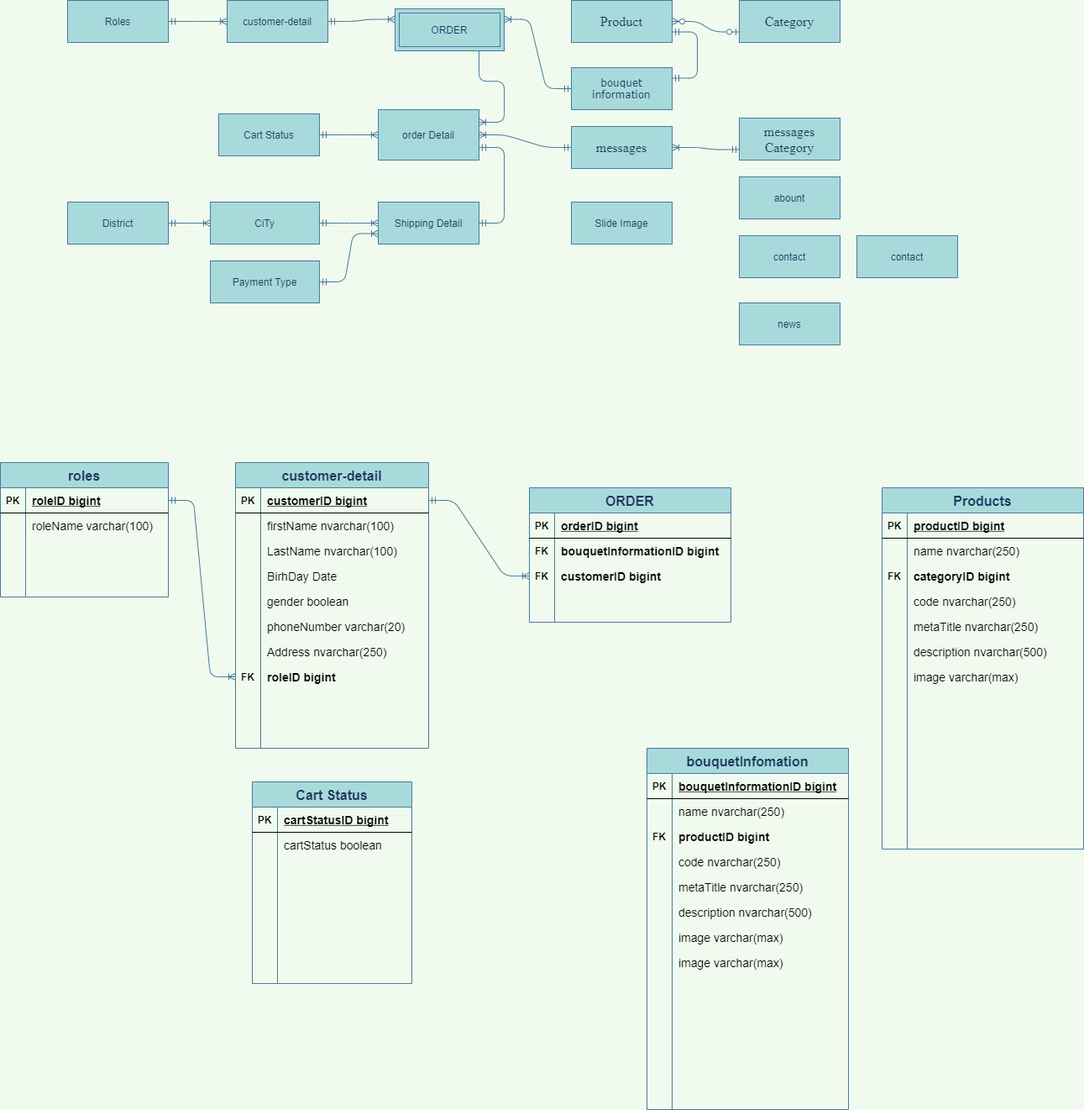
The draw.io diagram Untitled Diagram.png in maialino123/Eproject-SEM3, before a commit. Source tidied: cells renumbered, new cells last; positions are measured from the earlier drawing's top-left corner, leaving out a move shared by most shapes.
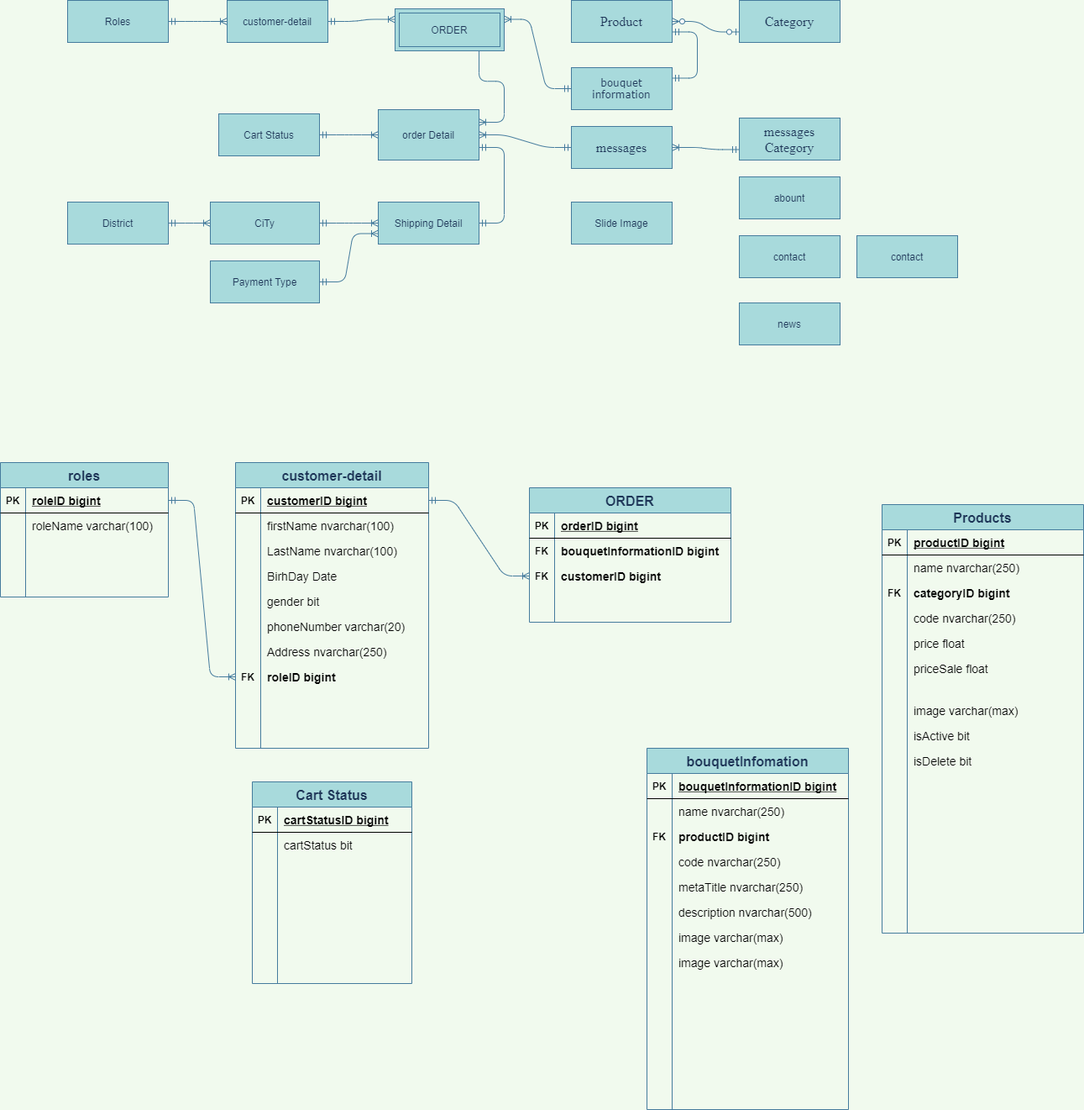
The same diagram one commit later.

The edit, as a diff of the source:
```diff
@@ -182,7 +182,7 @@
     <mxCell id="61" style="shape=partialRectangle;fillColor=none;top=0;left=0;bottom=0;right=0;overflow=hidden;" parent="60" vertex="1">
       <mxGeometry width="30" height="30" as="geometry" />
     </mxCell>
-    <mxCell id="62" value="gender boolean" style="shape=partialRectangle;fillColor=none;top=0;left=0;bottom=0;right=0;align=left;spacingLeft=6;overflow=hidden;fontSize=14;" parent="60" vertex="1">
+    <mxCell id="62" value="gender bit" style="shape=partialRectangle;fillColor=none;top=0;left=0;bottom=0;right=0;align=left;spacingLeft=6;overflow=hidden;fontSize=14;" parent="60" vertex="1">
       <mxGeometry x="30" width="200" height="30" as="geometry" />
     </mxCell>
     <mxCell id="63" style="shape=partialRectangle;fillColor=none;top=0;left=0;bottom=0;right=0;" parent="47" vertex="1">
@@ -230,7 +230,7 @@
     <mxCell id="77" style="shape=partialRectangle;fillColor=none;top=0;left=0;bottom=0;right=0;overflow=hidden;" parent="76" vertex="1">
       <mxGeometry width="30" height="30" as="geometry" />
     </mxCell>
-    <mxCell id="78" value="cartStatus boolean" style="shape=partialRectangle;fillColor=none;top=0;left=0;bottom=0;right=0;align=left;spacingLeft=6;overflow=hidden;fontSize=14;" parent="76" vertex="1">
+    <mxCell id="78" value="cartStatus bit" style="shape=partialRectangle;fillColor=none;top=0;left=0;bottom=0;right=0;align=left;spacingLeft=6;overflow=hidden;fontSize=14;" parent="76" vertex="1">
       <mxGeometry x="30" width="160" height="30" as="geometry" />
     </mxCell>
     <mxCell id="79" style="shape=partialRectangle;fillColor=none;top=0;left=0;bottom=0;right=0;" parent="72" vertex="1">
@@ -324,7 +324,7 @@
       <mxGeometry relative="1" as="geometry" />
     </mxCell>
     <mxCell id="109" value="Products" style="shape=table;startSize=30;rowLines=0;fontStyle=1;align=center;rounded=0;sketch=0;fontSize=16;fontColor=#1D3557;strokeColor=#457B9D;fillColor=#A8DADC;" parent="1" vertex="1">
-      <mxGeometry x="1050" y="580" width="240" height="430" as="geometry" />
+      <mxGeometry x="1050" y="600" width="240" height="510" as="geometry" />
     </mxCell>
     <mxCell id="110" style="shape=partialRectangle;fillColor=none;top=0;left=0;bottom=1;right=0;" parent="109" vertex="1">
       <mxGeometry y="30" width="240" height="30" as="geometry" />
@@ -368,29 +368,56 @@
     <mxCell id="123" style="shape=partialRectangle;fillColor=none;top=0;left=0;bottom=0;right=0;overflow=hidden;" parent="122" vertex="1">
       <mxGeometry width="30" height="30" as="geometry" />
     </mxCell>
-    <mxCell id="124" value="metaTitle nvarchar(250)" style="shape=partialRectangle;fillColor=none;top=0;left=0;bottom=0;right=0;align=left;spacingLeft=6;overflow=hidden;fontSize=14;" parent="122" vertex="1">
+    <mxCell id="124" value="price float" style="shape=partialRectangle;fillColor=none;top=0;left=0;bottom=0;right=0;align=left;spacingLeft=6;overflow=hidden;fontSize=14;" parent="122" vertex="1">
       <mxGeometry x="30" width="210" height="30" as="geometry" />
     </mxCell>
+    <mxCell id="128" style="shape=partialRectangle;fillColor=none;top=0;left=0;bottom=0;right=0;" parent="109" vertex="1">
+      <mxGeometry y="180" width="240" height="30" as="geometry" />
+    </mxCell>
+    <mxCell id="129" style="shape=partialRectangle;fillColor=none;top=0;left=0;bottom=0;right=0;overflow=hidden;" parent="128" vertex="1">
+      <mxGeometry width="30" height="30" as="geometry" />
+    </mxCell>
+    <mxCell id="130" value="priceSale float" style="shape=partialRectangle;fillColor=none;top=0;left=0;bottom=0;right=0;align=left;spacingLeft=6;overflow=hidden;fontSize=14;" parent="128" vertex="1">
+      <mxGeometry x="30" width="210" height="30" as="geometry" />
+    </mxCell>
     <mxCell id="125" style="shape=partialRectangle;fillColor=none;top=0;left=0;bottom=0;right=0;" parent="109" vertex="1">
-      <mxGeometry y="180" width="240" height="30" as="geometry" />
+      <mxGeometry y="210" width="240" height="20" as="geometry" />
     </mxCell>
     <mxCell id="126" style="shape=partialRectangle;fillColor=none;top=0;left=0;bottom=0;right=0;overflow=hidden;" parent="125" vertex="1">
-      <mxGeometry width="30" height="30" as="geometry" />
+      <mxGeometry width="30" height="20" as="geometry" />
     </mxCell>
-    <mxCell id="127" value="description nvarchar(500)" style="shape=partialRectangle;fillColor=none;top=0;left=0;bottom=0;right=0;align=left;spacingLeft=6;overflow=hidden;fontSize=14;" parent="125" vertex="1">
-      <mxGeometry x="30" width="210" height="30" as="geometry" />
+    <mxCell id="127" style="shape=partialRectangle;fillColor=none;top=0;left=0;bottom=0;right=0;align=left;spacingLeft=6;overflow=hidden;fontSize=14;" parent="125" vertex="1">
+      <mxGeometry x="30" width="210" height="20" as="geometry" />
     </mxCell>
-    <mxCell id="128" style="shape=partialRectangle;fillColor=none;top=0;left=0;bottom=0;right=0;" parent="109" vertex="1">
-      <mxGeometry y="210" width="240" height="30" as="geometry" />
-    </mxCell>
-    <mxCell id="129" style="shape=partialRectangle;fillColor=none;top=0;left=0;bottom=0;right=0;overflow=hidden;" parent="128" vertex="1">
-      <mxGeometry width="30" height="30" as="geometry" />
-    </mxCell>
-    <mxCell id="130" value="image varchar(max)" style="shape=partialRectangle;fillColor=none;top=0;left=0;bottom=0;right=0;align=left;spacingLeft=6;overflow=hidden;fontSize=14;" parent="128" vertex="1">
-      <mxGeometry x="30" width="210" height="30" as="geometry" />
-    </mxCell>
+    <mxCell id="159" style="shape=partialRectangle;fillColor=none;top=0;left=0;bottom=0;right=0;" parent="109" vertex="1">
+      <mxGeometry y="230" width="240" height="30" as="geometry" />
+    </mxCell>
+    <mxCell id="160" style="shape=partialRectangle;fillColor=none;top=0;left=0;bottom=0;right=0;overflow=hidden;" parent="159" vertex="1">
+      <mxGeometry width="30" height="30" as="geometry" />
+    </mxCell>
+    <mxCell id="161" value="image varchar(max)" style="shape=partialRectangle;fillColor=none;top=0;left=0;bottom=0;right=0;align=left;spacingLeft=6;overflow=hidden;fontSize=14;" parent="159" vertex="1">
+      <mxGeometry x="30" width="210" height="30" as="geometry" />
+    </mxCell>
+    <mxCell id="162" style="shape=partialRectangle;fillColor=none;top=0;left=0;bottom=0;right=0;" parent="109" vertex="1">
+      <mxGeometry y="260" width="240" height="30" as="geometry" />
+    </mxCell>
+    <mxCell id="163" style="shape=partialRectangle;fillColor=none;top=0;left=0;bottom=0;right=0;overflow=hidden;" parent="162" vertex="1">
+      <mxGeometry width="30" height="30" as="geometry" />
+    </mxCell>
+    <mxCell id="164" value="isActive bit" style="shape=partialRectangle;fillColor=none;top=0;left=0;bottom=0;right=0;align=left;spacingLeft=6;overflow=hidden;fontSize=14;" parent="162" vertex="1">
+      <mxGeometry x="30" width="210" height="30" as="geometry" />
+    </mxCell>
+    <mxCell id="165" style="shape=partialRectangle;fillColor=none;top=0;left=0;bottom=0;right=0;" parent="109" vertex="1">
+      <mxGeometry y="290" width="240" height="30" as="geometry" />
+    </mxCell>
+    <mxCell id="166" style="shape=partialRectangle;fillColor=none;top=0;left=0;bottom=0;right=0;overflow=hidden;" parent="165" vertex="1">
+      <mxGeometry width="30" height="30" as="geometry" />
+    </mxCell>
+    <mxCell id="167" value="isDelete bit" style="shape=partialRectangle;fillColor=none;top=0;left=0;bottom=0;right=0;align=left;spacingLeft=6;overflow=hidden;fontSize=14;" parent="165" vertex="1">
+      <mxGeometry x="30" width="210" height="30" as="geometry" />
+    </mxCell>
     <mxCell id="131" style="shape=partialRectangle;fillColor=none;top=0;left=0;bottom=0;right=0;" parent="109" vertex="1">
-      <mxGeometry y="240" width="240" height="30" as="geometry" />
+      <mxGeometry y="320" width="240" height="30" as="geometry" />
     </mxCell>
     <mxCell id="132" style="shape=partialRectangle;fillColor=none;top=0;left=0;bottom=0;right=0;overflow=hidden;" parent="131" vertex="1">
       <mxGeometry width="30" height="30" as="geometry" />
```
